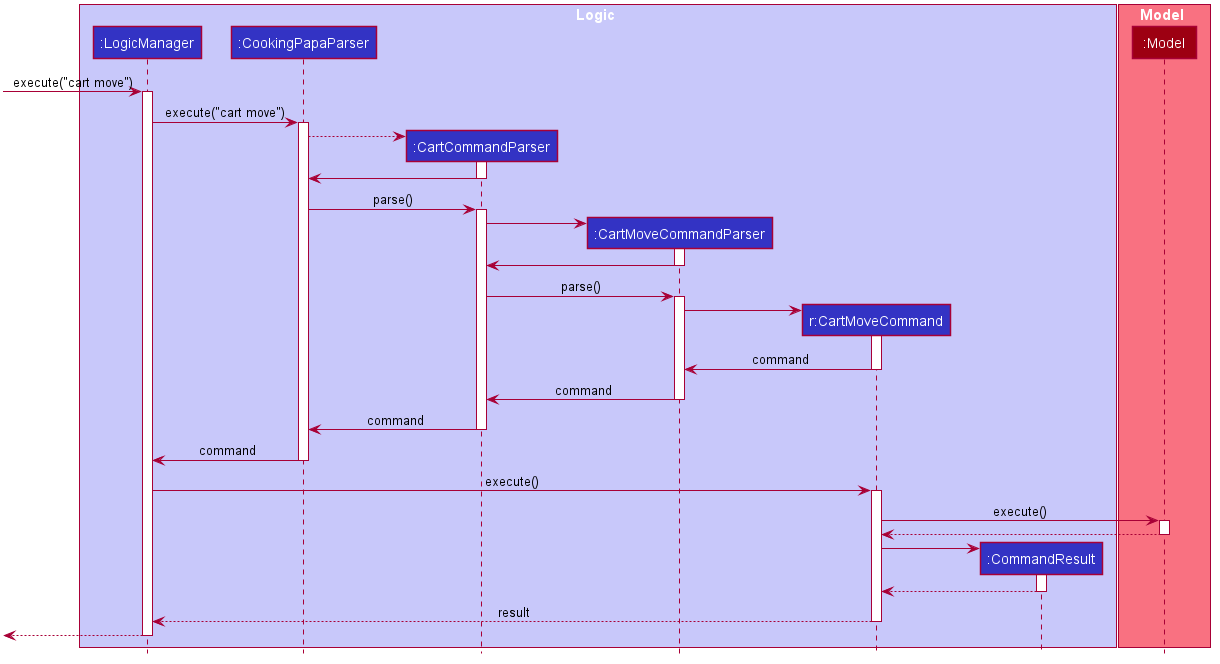
Earlier version of the PlantUML export docs/images/CartMoveSequenceDiagram.png (tzihiang/main). Its diagram source:
```plantuml
@startuml








skinparam BackgroundColor #FFFFFFF

skinparam Shadowing false

skinparam Class {
    FontColor #FFFFFF
    BorderThickness 1
    BorderColor #FFFFFF
    StereotypeFontColor #FFFFFF
    FontName Arial
}

skinparam Actor {
    BorderColor #000000
    Color #000000
    FontName Arial
}

skinparam Sequence {
    MessageAlign center
    BoxFontSize 15
    BoxPadding 0
    BoxFontColor #FFFFFF
    FontName Arial
}

skinparam Participant {
    FontColor #FFFFFFF
    Padding 20
}

skinparam MinClassWidth 50
skinparam ParticipantPadding 10
skinparam Shadowing false
skinparam DefaultTextAlignment center
skinparam packageStyle Rectangle

hide footbox
hide members
hide circle

box Logic #C8C8FA

participant ":LogicManager" as LogicManager #3333C4
participant ":CookingPapaParser" as CookingPapaParser #3333C4
participant ":CartCommandParser" as CartCommandParser #3333C4
participant ":CartMoveCommandParser" as CartMoveCommandParser #3333C4
participant "r:CartMoveCommand" as CartMoveCommand #3333C4
participant ":CommandResult" as CommandResult #3333C4
end box

box Model #F97181
participant ":Model" as Model #9D0012
end box

[-> LogicManager : execute("cart move")
activate LogicManager

LogicManager -> CookingPapaParser : execute("cart move")
activate CookingPapaParser

create CartCommandParser
CookingPapaParser --> CartCommandParser
activate CartCommandParser

CartCommandParser -> CookingPapaParser
deactivate CartCommandParser

CookingPapaParser -> CartCommandParser : parse()
activate CartCommandParser

create CartMoveCommandParser
CartCommandParser -> CartMoveCommandParser
activate CartMoveCommandParser

CartMoveCommandParser -> CartCommandParser
deactivate CartMoveCommandParser

CartCommandParser -> CartMoveCommandParser : parse()
activate CartMoveCommandParser

create CartMoveCommand
CartMoveCommandParser -> CartMoveCommand
activate CartMoveCommand

CartMoveCommand -> CartMoveCommandParser : command
deactivate CartMoveCommand

CartMoveCommandParser -> CartCommandParser : command
deactivate CartMoveCommandParser

CartCommandParser -> CookingPapaParser : command
deactivate CartCommandParser

CookingPapaParser -> LogicManager : command
deactivate CookingPapaParser

LogicManager -> CartMoveCommand : execute()
activate CartMoveCommand

CartMoveCommand -> Model : execute()
activate Model

Model --> CartMoveCommand
deactivate Model

create CommandResult
CartMoveCommand -> CommandResult
activate CommandResult

CommandResult --> CartMoveCommand
deactivate CommandResult

CartMoveCommand --> LogicManager : result
deactivate CartMoveCommand

[<--LogicManager
deactivate LogicManager
@enduml
```
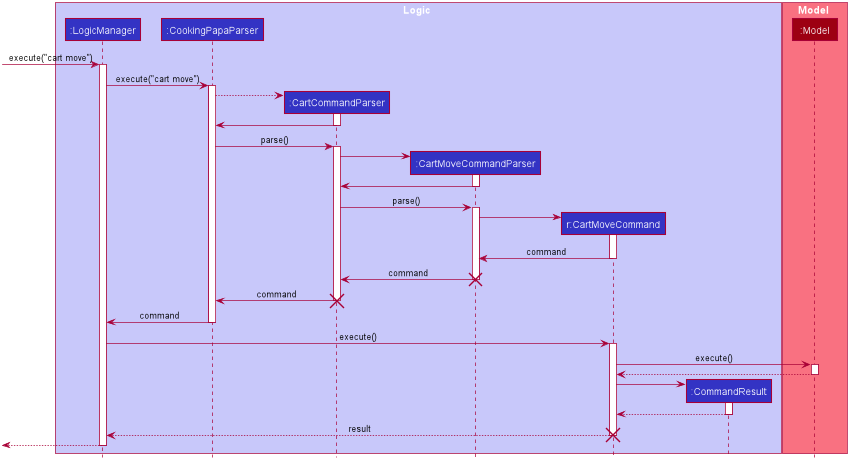
The same file after the commit.

Commit message:
Updated UML diagrams for DG

What changed in the source:
```diff
@@ -96,10 +96,10 @@
 deactivate CartMoveCommand
 
 CartMoveCommandParser -> CartCommandParser : command
-deactivate CartMoveCommandParser
+destroy CartMoveCommandParser
 
 CartCommandParser -> CookingPapaParser : command
-deactivate CartCommandParser
+destroy CartCommandParser
 
 CookingPapaParser -> LogicManager : command
 deactivate CookingPapaParser
@@ -121,7 +121,7 @@
 deactivate CommandResult
 
 CartMoveCommand --> LogicManager : result
-deactivate CartMoveCommand
+destroy CartMoveCommand
 
 [<--LogicManager
 deactivate LogicManager
```
